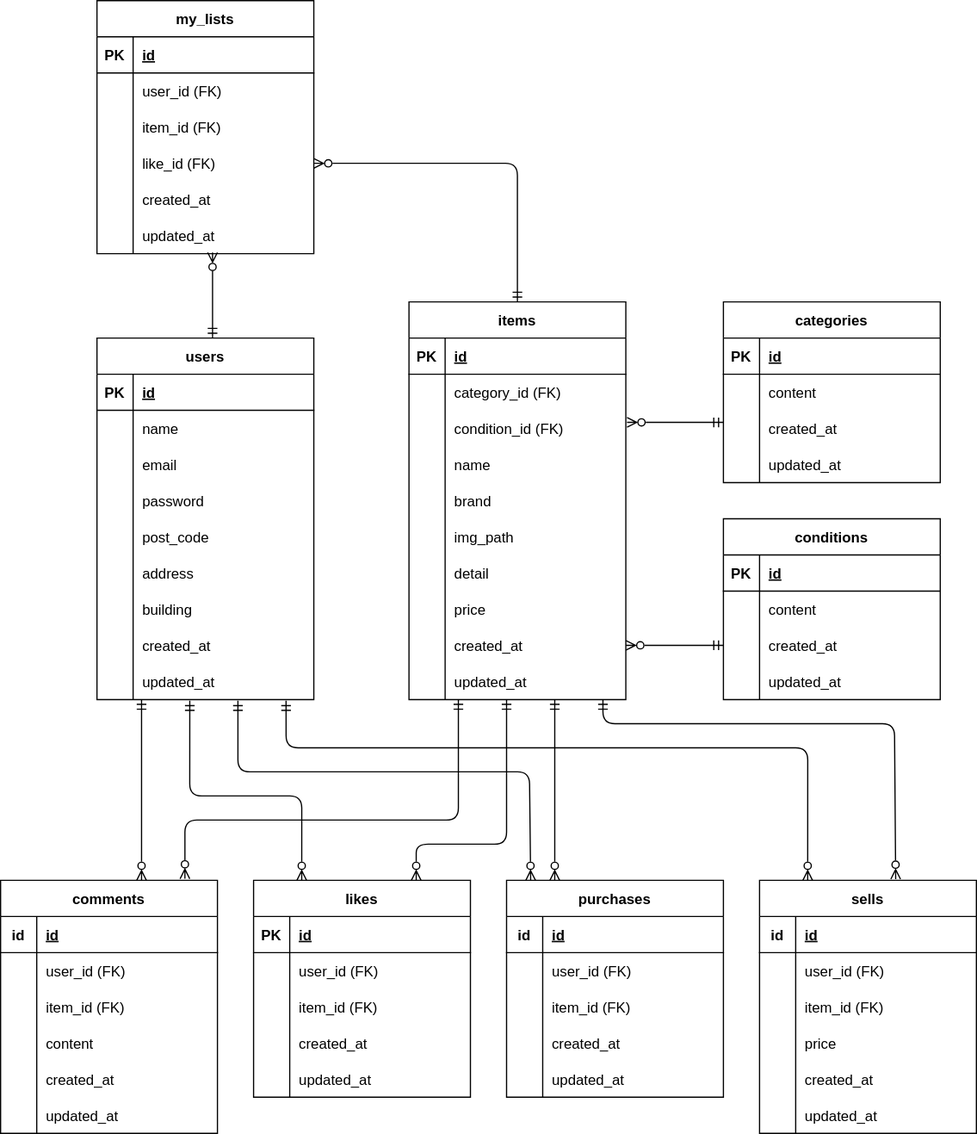
This is src/flea-market-test_ER.drawio.svg from dq-myk/flea-market-app, a draw.io export, as it was before one commit. Source tidied: cells renumbered, new cells last; positions are measured from the earlier drawing's top-left corner, leaving out a move shared by most shapes.
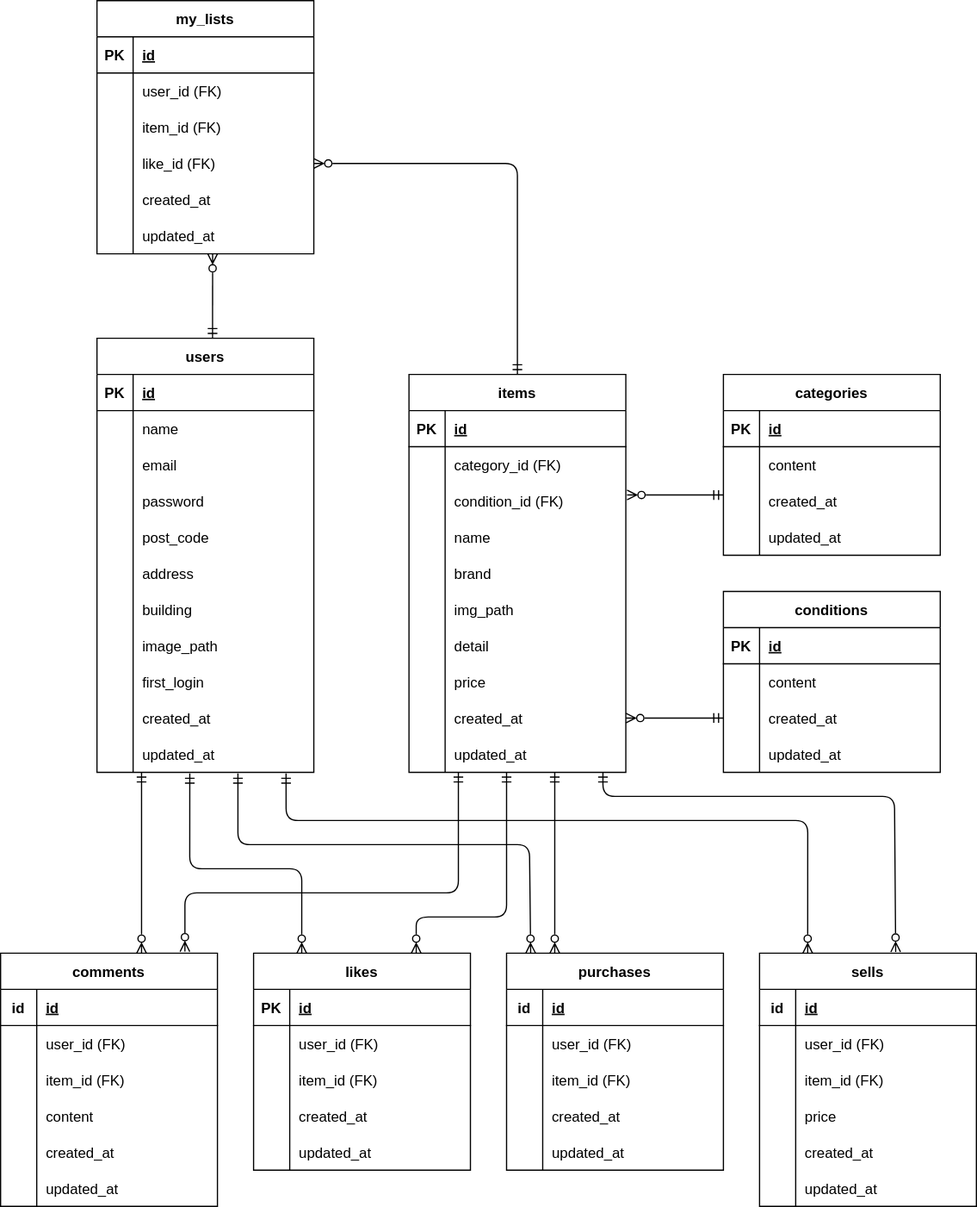
The same file after the commit.

What changed in the source:
```diff
@@ -3,7 +3,7 @@
     <mxCell id="0" />
     <mxCell id="1" parent="0" />
     <mxCell id="2" value="users" style="shape=table;startSize=30;rowLines=0;fontStyle=1;align=center;" parent="1" vertex="1">
-      <mxGeometry x="80" y="280" width="180" height="300" as="geometry" />
+      <mxGeometry x="80" y="220" width="180" height="360" as="geometry" />
     </mxCell>
     <mxCell id="3" style="shape=tableRow;horizontal=0;startSize=0;swimlaneHead=0;swimlaneBody=0;fillColor=none;top=0;left=0;right=0;bottom=1;" parent="2" vertex="1">
       <mxGeometry y="30" width="180" height="30" as="geometry" />
@@ -68,8 +68,26 @@
     <mxCell id="23" value="building" style="shape=partialRectangle;fillColor=none;top=0;left=0;bottom=0;right=0;align=left;spacingLeft=6;overflow=hidden;" parent="21" vertex="1">
       <mxGeometry x="30" width="150" height="30" as="geometry" />
     </mxCell>
+    <mxCell id="188" style="shape=tableRow;horizontal=0;startSize=0;swimlaneHead=0;swimlaneBody=0;fillColor=none;top=0;left=0;right=0;bottom=0;" parent="2" vertex="1">
+      <mxGeometry y="240" width="180" height="30" as="geometry" />
+    </mxCell>
+    <mxCell id="189" style="shape=partialRectangle;fillColor=none;top=0;left=0;bottom=0;right=0;overflow=hidden;" parent="188" vertex="1">
+      <mxGeometry width="30" height="30" as="geometry" />
+    </mxCell>
+    <mxCell id="190" value="image_path" style="shape=partialRectangle;fillColor=none;top=0;left=0;bottom=0;right=0;align=left;spacingLeft=6;overflow=hidden;" parent="188" vertex="1">
+      <mxGeometry x="30" width="150" height="30" as="geometry" />
+    </mxCell>
+    <mxCell id="191" style="shape=tableRow;horizontal=0;startSize=0;swimlaneHead=0;swimlaneBody=0;fillColor=none;top=0;left=0;right=0;bottom=0;" parent="2" vertex="1">
+      <mxGeometry y="270" width="180" height="30" as="geometry" />
+    </mxCell>
+    <mxCell id="192" style="shape=partialRectangle;fillColor=none;top=0;left=0;bottom=0;right=0;overflow=hidden;" parent="191" vertex="1">
+      <mxGeometry width="30" height="30" as="geometry" />
+    </mxCell>
+    <mxCell id="193" value="first_login" style="shape=partialRectangle;fillColor=none;top=0;left=0;bottom=0;right=0;align=left;spacingLeft=6;overflow=hidden;" parent="191" vertex="1">
+      <mxGeometry x="30" width="150" height="30" as="geometry" />
+    </mxCell>
     <mxCell id="24" style="shape=tableRow;horizontal=0;startSize=0;swimlaneHead=0;swimlaneBody=0;fillColor=none;top=0;left=0;right=0;bottom=0;" parent="2" vertex="1">
-      <mxGeometry y="240" width="180" height="30" as="geometry" />
+      <mxGeometry y="300" width="180" height="30" as="geometry" />
     </mxCell>
     <mxCell id="25" style="shape=partialRectangle;fillColor=none;top=0;left=0;bottom=0;right=0;overflow=hidden;" parent="24" vertex="1">
       <mxGeometry width="30" height="30" as="geometry" />
@@ -78,7 +96,7 @@
       <mxGeometry x="30" width="150" height="30" as="geometry" />
     </mxCell>
     <mxCell id="27" style="shape=tableRow;horizontal=0;startSize=0;swimlaneHead=0;swimlaneBody=0;fillColor=none;points=[[0,0.5],[1,0.5]];portConstraint=eastwest;top=0;left=0;right=0;bottom=0;" parent="2" vertex="1">
-      <mxGeometry y="270" width="180" height="30" as="geometry" />
+      <mxGeometry y="330" width="180" height="30" as="geometry" />
     </mxCell>
     <mxCell id="28" style="shape=partialRectangle;fillColor=none;top=0;left=0;bottom=0;right=0;overflow=hidden;" parent="27" vertex="1">
       <mxGeometry width="30" height="30" as="geometry" />
@@ -285,7 +303,7 @@
       <mxGeometry x="30" width="150" height="30" as="geometry" />
     </mxCell>
     <mxCell id="96" value="my_lists" style="shape=table;startSize=30;rowLines=0;fontStyle=1;align=center;" parent="1" vertex="1">
-      <mxGeometry x="80" width="180" height="210" as="geometry" />
+      <mxGeometry x="80" y="-60" width="180" height="210" as="geometry" />
     </mxCell>
     <mxCell id="97" style="shape=tableRow;horizontal=0;startSize=0;swimlaneHead=0;swimlaneBody=0;fillColor=none;top=0;left=0;right=0;bottom=1;" parent="96" vertex="1">
       <mxGeometry y="30" width="180" height="30" as="geometry" />
@@ -533,13 +551,15 @@
         <mxPoint x="520" y="350" as="targetPoint" />
       </mxGeometry>
     </mxCell>
-    <mxCell id="178" style="edgeStyle=none;html=1;startArrow=ERmandOne;startFill=0;endArrow=ERzeroToMany;endFill=0;entryX=0.533;entryY=0.967;entryDx=0;entryDy=0;entryPerimeter=0;exitX=0.533;exitY=0;exitDx=0;exitDy=0;exitPerimeter=0;" parent="1" edge="1" source="2" target="112">
-      <mxGeometry relative="1" as="geometry" />
+    <mxCell id="178" style="edgeStyle=none;html=1;startArrow=ERmandOne;startFill=0;endArrow=ERzeroToMany;endFill=0;exitX=0.533;exitY=0;exitDx=0;exitDy=0;exitPerimeter=0;" parent="1" edge="1" source="2">
+      <mxGeometry relative="1" as="geometry">
+        <mxPoint x="176" y="150" as="targetPoint" />
+      </mxGeometry>
     </mxCell>
     <mxCell id="179" style="edgeStyle=orthogonalEdgeStyle;html=1;startArrow=ERmandOne;startFill=0;endArrow=ERzeroToMany;endFill=0;entryX=1;entryY=0.5;entryDx=0;entryDy=0;exitX=0.5;exitY=0;exitDx=0;exitDy=0;" parent="1" edge="1" source="65" target="106">
       <mxGeometry relative="1" as="geometry">
         <Array as="points">
-          <mxPoint x="429" y="135" />
+          <mxPoint x="429" y="75" />
         </Array>
       </mxGeometry>
     </mxCell>
```
